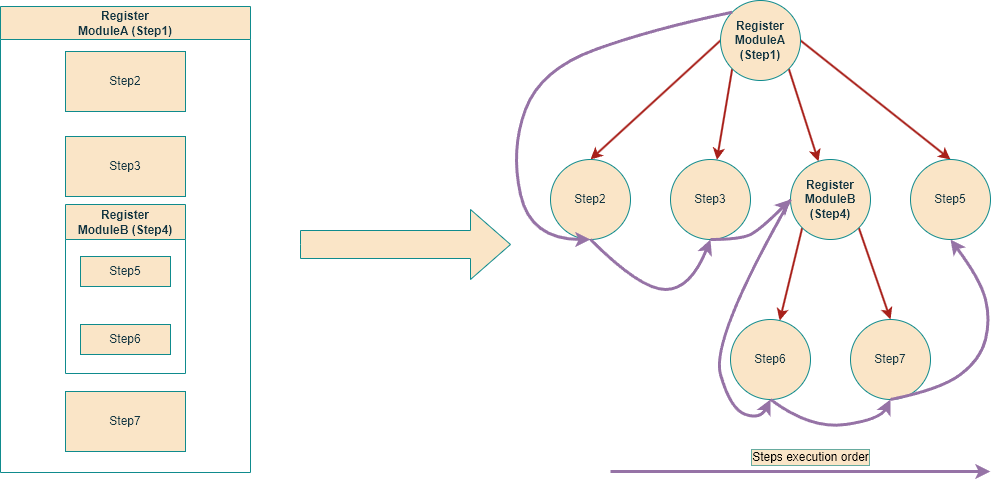
This is docs/2-essentials/images/modules-set-up.drawio.png from VasiliyKolihalov/FatNetLib, a draw.io export, as it was before one commit. Source tidied: cells renumbered, new cells last; positions are measured from the earlier drawing's top-left corner, leaving out a move shared by most shapes.
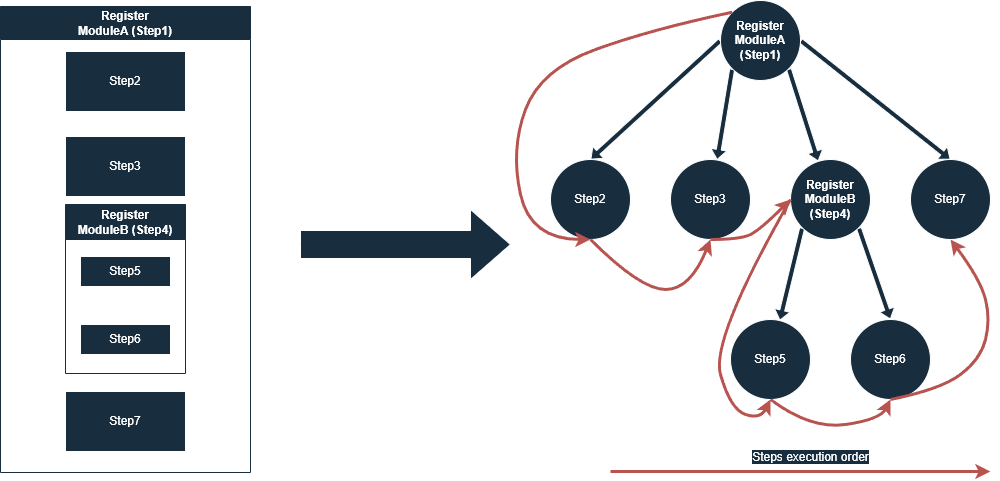
Later version of the same file.

Change to the diagram source:
```diff
@@ -2,129 +2,129 @@
   <root>
     <mxCell id="0" />
     <mxCell id="1" parent="0" />
-    <mxCell id="2" value="Register &lt;br&gt;ModuleA (Step1)" style="swimlane;whiteSpace=wrap;html=1;labelBackgroundColor=none;fillColor=#FAE5C7;strokeColor=#0F8B8D;fontColor=#143642;startSize=33;" parent="1" vertex="1">
-      <mxGeometry y="6" width="250" height="466" as="geometry" />
-    </mxCell>
-    <mxCell id="3" value="Step2" style="rounded=0;whiteSpace=wrap;html=1;labelBackgroundColor=none;fillColor=#FAE5C7;strokeColor=#0F8B8D;fontColor=#143642;" parent="2" vertex="1">
-      <mxGeometry x="65" y="45" width="120" height="60" as="geometry" />
-    </mxCell>
-    <mxCell id="4" value="Step3" style="rounded=0;whiteSpace=wrap;html=1;labelBackgroundColor=none;fillColor=#FAE5C7;strokeColor=#0F8B8D;fontColor=#143642;" parent="2" vertex="1">
-      <mxGeometry x="65" y="130" width="120" height="60" as="geometry" />
-    </mxCell>
-    <mxCell id="5" value="Register &lt;br&gt;ModuleB (Step4)" style="rounded=0;whiteSpace=wrap;html=1;shape=swimlane;fontStyle=1;startSize=35;labelBackgroundColor=none;fillColor=#FAE5C7;strokeColor=#0F8B8D;fontColor=#143642;" parent="2" vertex="1">
-      <mxGeometry x="65" y="198" width="120" height="169" as="geometry" />
-    </mxCell>
-    <mxCell id="6" value="Step5" style="rounded=0;whiteSpace=wrap;html=1;labelBackgroundColor=none;fillColor=#FAE5C7;strokeColor=#0F8B8D;fontColor=#143642;" parent="5" vertex="1">
-      <mxGeometry x="15" y="52" width="90" height="30" as="geometry" />
-    </mxCell>
-    <mxCell id="7" value="Step6" style="rounded=0;whiteSpace=wrap;html=1;labelBackgroundColor=none;fillColor=#FAE5C7;strokeColor=#0F8B8D;fontColor=#143642;" parent="5" vertex="1">
-      <mxGeometry x="15" y="120" width="90" height="30" as="geometry" />
-    </mxCell>
-    <mxCell id="8" value="Step7" style="rounded=0;whiteSpace=wrap;html=1;labelBackgroundColor=none;fillColor=#FAE5C7;strokeColor=#0F8B8D;fontColor=#143642;" parent="2" vertex="1">
-      <mxGeometry x="65" y="385" width="120" height="60" as="geometry" />
-    </mxCell>
-    <mxCell id="9" style="html=1;shadow=0;dashed=0;align=center;verticalAlign=middle;shape=mxgraph.arrows2.arrow;dy=0.6;dx=40;notch=0;labelBackgroundColor=none;fillColor=#FAE5C7;strokeColor=#0F8B8D;fontColor=#143642;" parent="1" vertex="1">
-      <mxGeometry x="300" y="209" width="210" height="70" as="geometry" />
-    </mxCell>
-    <mxCell id="10" style="rounded=0;jettySize=auto;html=1;entryX=0.5;entryY=0;entryDx=0;entryDy=0;exitX=0;exitY=0.5;exitDx=0;exitDy=0;labelBackgroundColor=none;strokeColor=#A8201A;fontColor=default;strokeWidth=2;" parent="1" edge="1" source="14" target="15">
-      <mxGeometry relative="1" as="geometry" />
-    </mxCell>
-    <mxCell id="11" style="rounded=0;jettySize=auto;html=1;exitX=0;exitY=1;exitDx=0;exitDy=0;labelBackgroundColor=none;strokeColor=#A8201A;fontColor=default;strokeWidth=2;" parent="1" edge="1" source="14" target="16">
-      <mxGeometry relative="1" as="geometry" />
-    </mxCell>
-    <mxCell id="12" style="rounded=0;jettySize=auto;html=1;exitX=1;exitY=1;exitDx=0;exitDy=0;labelBackgroundColor=none;strokeColor=#A8201A;fontColor=default;strokeWidth=2;" parent="1" edge="1" source="14" target="19">
-      <mxGeometry relative="1" as="geometry" />
-    </mxCell>
-    <mxCell id="13" style="rounded=0;jettySize=auto;html=1;entryX=0.5;entryY=0;entryDx=0;entryDy=0;exitX=1;exitY=0.5;exitDx=0;exitDy=0;labelBackgroundColor=none;strokeColor=#A8201A;fontColor=default;strokeWidth=2;" parent="1" edge="1" source="14" target="20">
-      <mxGeometry relative="1" as="geometry" />
-    </mxCell>
-    <mxCell id="14" value="&lt;b&gt;Register&lt;br&gt;ModuleA&lt;br&gt;(Step1)&lt;/b&gt;" style="ellipse;whiteSpace=wrap;html=1;labelBackgroundColor=none;fillColor=#FAE5C7;strokeColor=#0F8B8D;fontColor=#143642;" parent="1" vertex="1">
-      <mxGeometry x="720" width="80" height="80" as="geometry" />
-    </mxCell>
-    <mxCell id="15" value="Step2" style="ellipse;whiteSpace=wrap;html=1;labelBackgroundColor=none;fillColor=#FAE5C7;strokeColor=#0F8B8D;fontColor=#143642;" parent="1" vertex="1">
-      <mxGeometry x="550" y="159" width="80" height="80" as="geometry" />
-    </mxCell>
-    <mxCell id="16" value="Step3" style="ellipse;whiteSpace=wrap;html=1;labelBackgroundColor=none;fillColor=#FAE5C7;strokeColor=#0F8B8D;fontColor=#143642;" parent="1" vertex="1">
-      <mxGeometry x="670" y="159" width="80" height="80" as="geometry" />
-    </mxCell>
-    <mxCell id="17" style="rounded=0;jettySize=auto;html=1;exitX=0;exitY=1;exitDx=0;exitDy=0;labelBackgroundColor=none;strokeColor=#A8201A;fontColor=default;strokeWidth=2;" parent="1" edge="1" source="19" target="21">
-      <mxGeometry relative="1" as="geometry" />
-    </mxCell>
-    <mxCell id="18" style="rounded=0;jettySize=auto;html=1;exitX=1;exitY=1;exitDx=0;exitDy=0;entryX=0.5;entryY=0;entryDx=0;entryDy=0;labelBackgroundColor=none;strokeColor=#A8201A;fontColor=default;strokeWidth=2;" parent="1" edge="1" source="19" target="22">
-      <mxGeometry relative="1" as="geometry" />
-    </mxCell>
-    <mxCell id="19" value="&lt;b&gt;Register&lt;br&gt;ModuleB&lt;br&gt;(Step4)&lt;/b&gt;" style="ellipse;whiteSpace=wrap;html=1;labelBackgroundColor=none;fillColor=#FAE5C7;strokeColor=#0F8B8D;fontColor=#143642;" parent="1" vertex="1">
-      <mxGeometry x="790" y="159" width="80" height="80" as="geometry" />
-    </mxCell>
-    <mxCell id="20" value="Step5" style="ellipse;whiteSpace=wrap;html=1;labelBackgroundColor=none;fillColor=#FAE5C7;strokeColor=#0F8B8D;fontColor=#143642;" parent="1" vertex="1">
-      <mxGeometry x="910" y="159" width="80" height="80" as="geometry" />
-    </mxCell>
-    <mxCell id="21" value="Step6" style="ellipse;whiteSpace=wrap;html=1;labelBackgroundColor=none;fillColor=#FAE5C7;strokeColor=#0F8B8D;fontColor=#143642;" parent="1" vertex="1">
-      <mxGeometry x="730" y="319" width="80" height="80" as="geometry" />
-    </mxCell>
-    <mxCell id="22" value="Step7" style="ellipse;whiteSpace=wrap;html=1;labelBackgroundColor=none;fillColor=#FAE5C7;strokeColor=#0F8B8D;fontColor=#143642;" parent="1" vertex="1">
-      <mxGeometry x="850" y="319" width="80" height="80" as="geometry" />
-    </mxCell>
-    <mxCell id="23" style="curved=1;endArrow=classic;html=1;rounded=0;entryX=0.5;entryY=1;entryDx=0;entryDy=0;exitX=0;exitY=0;exitDx=0;exitDy=0;strokeColor=#9673a6;labelBackgroundColor=none;fontColor=default;fillColor=#e1d5e7;strokeWidth=3;" parent="1" edge="1" source="14" target="15">
-      <mxGeometry relative="1" as="geometry">
-        <Array as="points">
-          <mxPoint x="650" y="29" />
-          <mxPoint x="540" y="69" />
-          <mxPoint x="510" y="149" />
-          <mxPoint x="530" y="239" />
-        </Array>
-      </mxGeometry>
-    </mxCell>
-    <mxCell id="24" style="curved=1;endArrow=classic;html=1;rounded=0;entryX=0.5;entryY=1;entryDx=0;entryDy=0;exitX=0.5;exitY=1;exitDx=0;exitDy=0;strokeColor=#9673a6;labelBackgroundColor=none;fontColor=default;fillColor=#e1d5e7;strokeWidth=3;" parent="1" edge="1" source="15" target="16">
-      <mxGeometry relative="1" as="geometry">
-        <Array as="points">
-          <mxPoint x="640" y="289" />
-          <mxPoint x="690" y="289" />
-        </Array>
-      </mxGeometry>
-    </mxCell>
-    <mxCell id="25" style="curved=1;endArrow=classic;html=1;rounded=0;entryX=0;entryY=0.5;entryDx=0;entryDy=0;exitX=0.5;exitY=1;exitDx=0;exitDy=0;labelBackgroundColor=none;strokeColor=#9673a6;fontColor=default;fillColor=#e1d5e7;strokeWidth=3;" parent="1" edge="1" source="16" target="19">
-      <mxGeometry relative="1" as="geometry">
-        <Array as="points">
-          <mxPoint x="740" y="239" />
-          <mxPoint x="760" y="229" />
-        </Array>
-      </mxGeometry>
-    </mxCell>
-    <mxCell id="26" style="curved=1;endArrow=classic;html=1;rounded=0;entryX=0.5;entryY=1;entryDx=0;entryDy=0;exitX=0.5;exitY=1;exitDx=0;exitDy=0;labelBackgroundColor=none;strokeColor=#9673a6;fontColor=default;fillColor=#e1d5e7;strokeWidth=3;" parent="1" edge="1" source="22" target="20">
-      <mxGeometry relative="1" as="geometry">
-        <Array as="points">
-          <mxPoint x="940" y="389" />
-          <mxPoint x="980" y="359" />
-          <mxPoint x="990" y="319" />
-          <mxPoint x="980" y="279" />
-        </Array>
-      </mxGeometry>
-    </mxCell>
-    <mxCell id="27" style="curved=1;endArrow=classic;html=1;rounded=0;entryX=0.5;entryY=1;entryDx=0;entryDy=0;exitX=0.5;exitY=1;exitDx=0;exitDy=0;labelBackgroundColor=none;strokeColor=#9673a6;fontColor=default;fillColor=#e1d5e7;strokeWidth=3;" parent="1" edge="1" source="21" target="22">
-      <mxGeometry relative="1" as="geometry">
-        <Array as="points">
-          <mxPoint x="810" y="429" />
-          <mxPoint x="880" y="419" />
-        </Array>
-      </mxGeometry>
-    </mxCell>
-    <mxCell id="28" style="curved=1;endArrow=classic;html=1;rounded=0;entryX=0.5;entryY=1;entryDx=0;entryDy=0;exitX=0;exitY=0.5;exitDx=0;exitDy=0;labelBackgroundColor=none;strokeColor=#9673a6;fontColor=default;fillColor=#e1d5e7;strokeWidth=3;" parent="1" edge="1" source="19" target="21">
-      <mxGeometry relative="1" as="geometry">
-        <Array as="points">
-          <mxPoint x="710" y="339" />
-          <mxPoint x="730" y="409" />
-          <mxPoint x="760" y="419" />
-        </Array>
-      </mxGeometry>
-    </mxCell>
-    <mxCell id="29" style="endArrow=classic;html=1;rounded=0;labelBackgroundColor=none;strokeColor=#9673a6;fillColor=#e1d5e7;strokeWidth=3;" parent="1" edge="1">
-      <mxGeometry relative="1" as="geometry">
-        <mxPoint x="610" y="471" as="sourcePoint" />
-        <mxPoint x="990" y="471" as="targetPoint" />
-      </mxGeometry>
-    </mxCell>
+    <mxCell id="31" value="Register &lt;br&gt;ModuleA (Step1)" style="swimlane;whiteSpace=wrap;html=1;labelBackgroundColor=none;fillColor=#182E3E;strokeColor=#182E3E;fontColor=#FFFFFF;startSize=33;swimlaneFillColor=default;" parent="1" vertex="1">
+      <mxGeometry y="6" width="250" height="466" as="geometry" />
+    </mxCell>
+    <mxCell id="32" value="Step2" style="rounded=0;whiteSpace=wrap;html=1;labelBackgroundColor=none;fillColor=#182E3E;strokeColor=#FFFFFF;fontColor=#FFFFFF;" parent="31" vertex="1">
+      <mxGeometry x="65" y="45" width="120" height="60" as="geometry" />
+    </mxCell>
+    <mxCell id="33" value="Step3" style="rounded=0;whiteSpace=wrap;html=1;labelBackgroundColor=none;fillColor=#182E3E;strokeColor=#FFFFFF;fontColor=#FFFFFF;" parent="31" vertex="1">
+      <mxGeometry x="65" y="130" width="120" height="60" as="geometry" />
+    </mxCell>
+    <mxCell id="34" value="Register &lt;br&gt;ModuleB (Step4)" style="rounded=0;whiteSpace=wrap;html=1;shape=swimlane;fontStyle=1;startSize=35;labelBackgroundColor=none;fillColor=#182E3E;strokeColor=#182E3E;fontColor=#FFFFFF;swimlaneFillColor=none;" parent="31" vertex="1">
+      <mxGeometry x="65" y="198" width="120" height="169" as="geometry" />
+    </mxCell>
+    <mxCell id="35" value="Step5" style="rounded=0;whiteSpace=wrap;html=1;labelBackgroundColor=none;fillColor=#182E3E;strokeColor=#FFFFFF;fontColor=#FFFFFF;" parent="34" vertex="1">
+      <mxGeometry x="15" y="52" width="90" height="30" as="geometry" />
+    </mxCell>
+    <mxCell id="36" value="Step6" style="rounded=0;whiteSpace=wrap;html=1;labelBackgroundColor=none;fillColor=#182E3E;strokeColor=#FFFFFF;fontColor=#FFFFFF;" parent="34" vertex="1">
+      <mxGeometry x="15" y="120" width="90" height="30" as="geometry" />
+    </mxCell>
+    <mxCell id="37" value="Step7" style="rounded=0;whiteSpace=wrap;html=1;labelBackgroundColor=none;fillColor=#182E3E;strokeColor=#FFFFFF;fontColor=#FFFFFF;" parent="31" vertex="1">
+      <mxGeometry x="65" y="385" width="120" height="60" as="geometry" />
+    </mxCell>
+    <mxCell id="38" style="html=1;shadow=0;dashed=0;align=center;verticalAlign=middle;shape=mxgraph.arrows2.arrow;dy=0.6;dx=40;notch=0;labelBackgroundColor=none;fillColor=#182E3E;strokeColor=#FFFFFF;fontColor=#FFFFFF;" parent="1" vertex="1">
+      <mxGeometry x="300" y="209" width="210" height="70" as="geometry" />
+    </mxCell>
+    <mxCell id="39" style="rounded=0;jettySize=auto;html=1;entryX=0.5;entryY=0;entryDx=0;entryDy=0;exitX=0;exitY=0.5;exitDx=0;exitDy=0;labelBackgroundColor=none;strokeColor=#FFFFFF;fontColor=default;strokeWidth=1;shape=flexArrow;width=5;startSize=6;endSize=3;endWidth=10;fillColor=#182E3E;" parent="1" edge="1" source="43" target="44">
+      <mxGeometry relative="1" as="geometry" />
+    </mxCell>
+    <mxCell id="40" style="rounded=0;jettySize=auto;html=1;exitX=0;exitY=1;exitDx=0;exitDy=0;labelBackgroundColor=none;strokeColor=#FFFFFF;fontColor=default;strokeWidth=1;shape=flexArrow;width=5;startSize=6;endSize=3;endWidth=10;fillColor=#182E3E;" parent="1" edge="1" source="43" target="45">
+      <mxGeometry relative="1" as="geometry" />
+    </mxCell>
+    <mxCell id="41" style="rounded=0;jettySize=auto;html=1;exitX=1;exitY=1;exitDx=0;exitDy=0;labelBackgroundColor=none;strokeColor=#FFFFFF;fontColor=default;strokeWidth=1;shape=flexArrow;width=5;startSize=6;endSize=3;endWidth=10;fillColor=#182E3E;" parent="1" edge="1" source="43" target="48">
+      <mxGeometry relative="1" as="geometry" />
+    </mxCell>
+    <mxCell id="42" style="rounded=0;jettySize=auto;html=1;entryX=0.5;entryY=0;entryDx=0;entryDy=0;exitX=1;exitY=0.5;exitDx=0;exitDy=0;labelBackgroundColor=none;strokeColor=#FFFFFF;fontColor=default;strokeWidth=1;shape=flexArrow;width=5;startSize=6;endSize=3;endWidth=10;fillColor=#182E3E;" parent="1" edge="1" source="43" target="49">
+      <mxGeometry relative="1" as="geometry" />
+    </mxCell>
+    <mxCell id="43" value="&lt;b&gt;Register&lt;br&gt;ModuleA&lt;br&gt;(Step1)&lt;/b&gt;" style="ellipse;whiteSpace=wrap;html=1;labelBackgroundColor=none;fillColor=#182E3E;strokeColor=#FFFFFF;fontColor=#FFFFFF;" parent="1" vertex="1">
+      <mxGeometry x="720" width="80" height="80" as="geometry" />
+    </mxCell>
+    <mxCell id="44" value="Step2" style="ellipse;whiteSpace=wrap;html=1;labelBackgroundColor=none;fillColor=#182E3E;strokeColor=#FFFFFF;fontColor=#FFFFFF;" parent="1" vertex="1">
+      <mxGeometry x="550" y="159" width="80" height="80" as="geometry" />
+    </mxCell>
+    <mxCell id="45" value="Step3" style="ellipse;whiteSpace=wrap;html=1;labelBackgroundColor=none;fillColor=#182E3E;strokeColor=#FFFFFF;fontColor=#FFFFFF;" parent="1" vertex="1">
+      <mxGeometry x="670" y="159" width="80" height="80" as="geometry" />
+    </mxCell>
+    <mxCell id="46" style="rounded=0;jettySize=auto;html=1;exitX=0;exitY=1;exitDx=0;exitDy=0;labelBackgroundColor=none;strokeColor=#FFFFFF;fontColor=default;strokeWidth=1;shape=flexArrow;width=5;startSize=6;endSize=3;endWidth=10;fillColor=#182E3E;" parent="1" edge="1" source="48" target="50">
+      <mxGeometry relative="1" as="geometry" />
+    </mxCell>
+    <mxCell id="47" style="rounded=0;jettySize=auto;html=1;exitX=1;exitY=1;exitDx=0;exitDy=0;entryX=0.5;entryY=0;entryDx=0;entryDy=0;labelBackgroundColor=none;strokeColor=#FFFFFF;fontColor=default;strokeWidth=1;shape=flexArrow;width=5;startSize=6;endSize=3;endWidth=10;fillColor=#182E3E;" parent="1" edge="1" source="48" target="51">
+      <mxGeometry relative="1" as="geometry" />
+    </mxCell>
+    <mxCell id="48" value="&lt;b&gt;Register&lt;br&gt;ModuleB&lt;br&gt;(Step4)&lt;/b&gt;" style="ellipse;whiteSpace=wrap;html=1;labelBackgroundColor=none;fillColor=#182E3E;strokeColor=#FFFFFF;fontColor=#FFFFFF;" parent="1" vertex="1">
+      <mxGeometry x="790" y="159" width="80" height="80" as="geometry" />
+    </mxCell>
+    <mxCell id="49" value="Step7" style="ellipse;whiteSpace=wrap;html=1;labelBackgroundColor=none;fillColor=#182E3E;strokeColor=#FFFFFF;fontColor=#FFFFFF;" parent="1" vertex="1">
+      <mxGeometry x="910" y="159" width="80" height="80" as="geometry" />
+    </mxCell>
+    <mxCell id="50" value="Step5" style="ellipse;whiteSpace=wrap;html=1;labelBackgroundColor=none;fillColor=#182E3E;strokeColor=#FFFFFF;fontColor=#FFFFFF;" parent="1" vertex="1">
+      <mxGeometry x="730" y="319" width="80" height="80" as="geometry" />
+    </mxCell>
+    <mxCell id="51" value="Step6" style="ellipse;whiteSpace=wrap;html=1;labelBackgroundColor=none;fillColor=#182E3E;strokeColor=#FFFFFF;fontColor=#FFFFFF;" parent="1" vertex="1">
+      <mxGeometry x="850" y="319" width="80" height="80" as="geometry" />
+    </mxCell>
+    <mxCell id="52" style="endArrow=classic;html=1;entryX=0.5;entryY=1;entryDx=0;entryDy=0;exitX=0;exitY=0;exitDx=0;exitDy=0;strokeColor=#b85450;labelBackgroundColor=none;fontColor=default;strokeWidth=3;curved=1;fillColor=#f8cecc;" parent="1" edge="1" source="43" target="44">
+      <mxGeometry relative="1" as="geometry">
+        <Array as="points">
+          <mxPoint x="650" y="29" />
+          <mxPoint x="540" y="69" />
+          <mxPoint x="510" y="149" />
+          <mxPoint x="530" y="239" />
+        </Array>
+      </mxGeometry>
+    </mxCell>
+    <mxCell id="53" style="endArrow=classic;html=1;entryX=0.5;entryY=1;entryDx=0;entryDy=0;exitX=0.5;exitY=1;exitDx=0;exitDy=0;strokeColor=#b85450;labelBackgroundColor=none;fontColor=default;strokeWidth=3;curved=1;fillColor=#f8cecc;" parent="1" edge="1" source="44" target="45">
+      <mxGeometry relative="1" as="geometry">
+        <Array as="points">
+          <mxPoint x="640" y="289" />
+          <mxPoint x="690" y="289" />
+        </Array>
+      </mxGeometry>
+    </mxCell>
+    <mxCell id="54" style="endArrow=classic;html=1;entryX=0;entryY=0.5;entryDx=0;entryDy=0;exitX=0.5;exitY=1;exitDx=0;exitDy=0;labelBackgroundColor=none;strokeColor=#b85450;fontColor=default;strokeWidth=3;curved=1;fillColor=#f8cecc;" parent="1" edge="1" source="45" target="48">
+      <mxGeometry relative="1" as="geometry">
+        <Array as="points">
+          <mxPoint x="740" y="239" />
+          <mxPoint x="760" y="229" />
+        </Array>
+      </mxGeometry>
+    </mxCell>
+    <mxCell id="55" style="endArrow=classic;html=1;entryX=0.5;entryY=1;entryDx=0;entryDy=0;exitX=0.5;exitY=1;exitDx=0;exitDy=0;labelBackgroundColor=none;strokeColor=#b85450;fontColor=default;strokeWidth=3;curved=1;fillColor=#f8cecc;" parent="1" edge="1" source="51" target="49">
+      <mxGeometry relative="1" as="geometry">
+        <Array as="points">
+          <mxPoint x="940" y="389" />
+          <mxPoint x="980" y="359" />
+          <mxPoint x="990" y="319" />
+          <mxPoint x="980" y="279" />
+        </Array>
+      </mxGeometry>
+    </mxCell>
+    <mxCell id="56" style="endArrow=classic;html=1;entryX=0.5;entryY=1;entryDx=0;entryDy=0;exitX=0.5;exitY=1;exitDx=0;exitDy=0;labelBackgroundColor=none;strokeColor=#b85450;fontColor=default;strokeWidth=3;curved=1;fillColor=#f8cecc;" parent="1" edge="1" source="50" target="51">
+      <mxGeometry relative="1" as="geometry">
+        <Array as="points">
+          <mxPoint x="810" y="429" />
+          <mxPoint x="880" y="419" />
+        </Array>
+      </mxGeometry>
+    </mxCell>
+    <mxCell id="57" style="endArrow=classic;html=1;entryX=0.5;entryY=1;entryDx=0;entryDy=0;exitX=0;exitY=0.5;exitDx=0;exitDy=0;labelBackgroundColor=none;strokeColor=#b85450;fontColor=default;strokeWidth=3;curved=1;fillColor=#f8cecc;" parent="1" edge="1" source="48" target="50">
+      <mxGeometry relative="1" as="geometry">
+        <Array as="points">
+          <mxPoint x="710" y="339" />
+          <mxPoint x="730" y="409" />
+          <mxPoint x="760" y="419" />
+        </Array>
+      </mxGeometry>
+    </mxCell>
+    <mxCell id="58" style="endArrow=classic;html=1;rounded=0;labelBackgroundColor=none;strokeColor=#b85450;strokeWidth=3;fontColor=default;fillColor=#f8cecc;" parent="1" edge="1">
+      <mxGeometry relative="1" as="geometry">
+        <mxPoint x="610" y="471" as="sourcePoint" />
+        <mxPoint x="990" y="471" as="targetPoint" />
+      </mxGeometry>
+    </mxCell>
-    <mxCell id="30" value="Steps execution order" style="text;html=1;align=center;verticalAlign=middle;strokeColor=none;fillColor=none;labelBorderColor=#67AB9F;labelBackgroundColor=#FAE5C7;" parent="1" vertex="1">
+    <mxCell id="30" value="&lt;span style=&quot;background-color: rgb(24, 46, 62);&quot;&gt;Steps execution order&lt;/span&gt;" style="text;html=1;align=center;verticalAlign=middle;strokeColor=none;fillColor=none;labelBorderColor=#FFFFFF;labelBackgroundColor=none;fontColor=#FFFFFF;" parent="1" vertex="1">
       <mxGeometry x="740" y="442" width="140" height="30" as="geometry" />
     </mxCell>
   </root>
```
